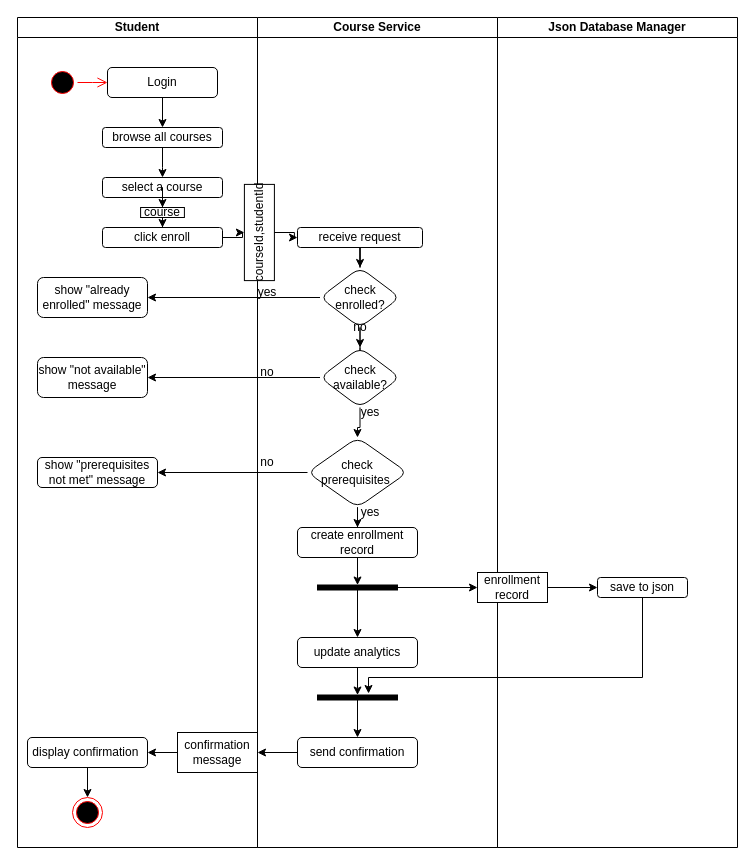
Above: Activity Diagram/Activity Diagram.drawio in sarazaghlool05/lab6 (draw.io), before the change. Source tidied: cells renumbered, new cells numbered last; positions are measured from the earlier drawing's top-left corner, leaving out a move shared by most shapes. Both pictures are drawn from the tidied source at 100%, with x=0, y=0 at pixel (17, 17).
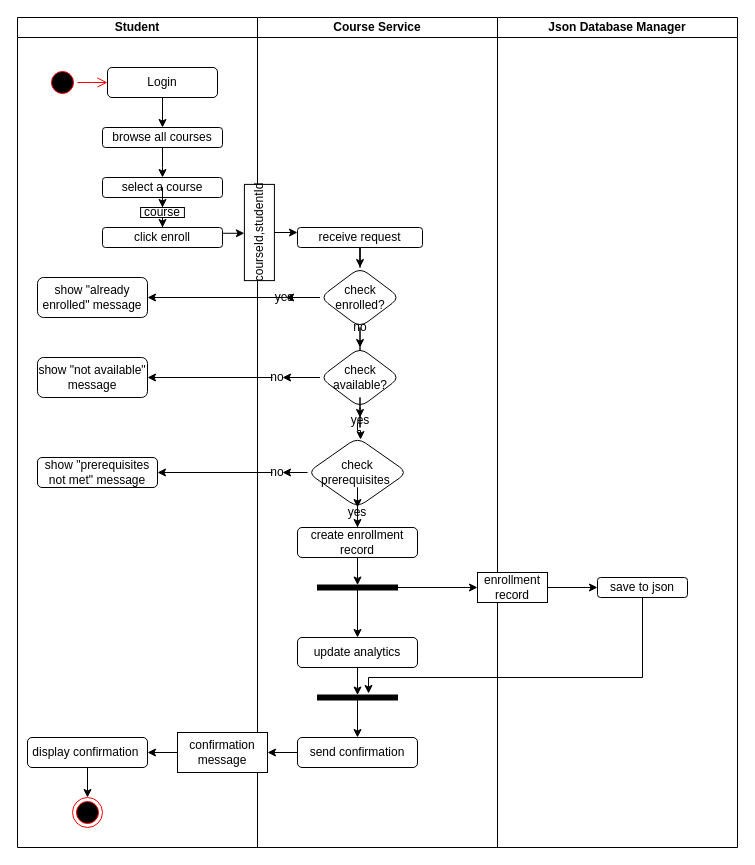
After the change.

Commit message:
updated activity diagram

The change refers to these unchanged cells:
```xml
<mxCell id="11" value="click enroll" style="whiteSpace=wrap;html=1;rounded=1;" parent="2" vertex="1">
  <mxGeometry x="85" y="210" width="120" height="20" as="geometry" />
</mxCell>
<mxCell id="19" value="Course Service" style="swimlane;startSize=20;whiteSpace=wrap;html=1;" parent="17" vertex="1">
  <mxGeometry x="-240" width="240" height="830" as="geometry" />
</mxCell>
<mxCell id="21" value="receive request" style="whiteSpace=wrap;html=1;rounded=1;" parent="19" vertex="1">
  <mxGeometry x="40" y="210" width="125" height="20" as="geometry" />
</mxCell>
<mxCell id="24" value="check enrolled?" style="rhombus;whiteSpace=wrap;html=1;rounded=1;" parent="19" vertex="1">
  <mxGeometry x="62.5" y="250" width="80" height="60" as="geometry" />
</mxCell>
<mxCell id="25" value="show &quot;already enrolled&quot; message" style="whiteSpace=wrap;html=1;rounded=1;" parent="19" vertex="1">
  <mxGeometry x="-220" y="260" width="110" height="40" as="geometry" />
</mxCell>
<mxCell id="28" value="check available?" style="rhombus;whiteSpace=wrap;html=1;rounded=1;" parent="19" vertex="1">
  <mxGeometry x="62.5" y="330" width="80" height="60" as="geometry" />
</mxCell>
<mxCell id="31" value="show &quot;not available&quot; message" style="whiteSpace=wrap;html=1;rounded=1;" parent="19" vertex="1">
  <mxGeometry x="-220" y="340" width="110" height="40" as="geometry" />
</mxCell>
<mxCell id="34" value="check prerequisites&amp;nbsp;" style="rhombus;whiteSpace=wrap;html=1;rounded=1;" parent="19" vertex="1">
  <mxGeometry x="50" y="420" width="100" height="70" as="geometry" />
</mxCell>
<mxCell id="37" value="show &quot;prerequisites not met&quot; message" style="whiteSpace=wrap;html=1;rounded=1;" parent="19" vertex="1">
  <mxGeometry x="-220" y="440" width="120" height="30" as="geometry" />
</mxCell>
<mxCell id="39" value="create enrollment record" style="whiteSpace=wrap;html=1;rounded=1;" parent="19" vertex="1">
  <mxGeometry x="40" y="510" width="120" height="30" as="geometry" />
</mxCell>
<mxCell id="45" value="courseId,studentId" style="rounded=0;whiteSpace=wrap;html=1;rotation=-90;" parent="19" vertex="1">
  <mxGeometry x="-46.2" y="200" width="96.2" height="30" as="geometry" />
</mxCell>
```

Diff of the diagram source:
```diff
@@
-    <mxCell id="22" style="edgeStyle=orthogonalEdgeStyle;rounded=0;jettySize=auto;html=1;" parent="19" edge="1" source="24" target="25">
+    <mxCell id="22" style="edgeStyle=orthogonalEdgeStyle;rounded=0;jettySize=auto;html=1;" parent="19" edge="1" source="29" target="25">
       <mxGeometry relative="1" as="geometry" />
     </mxCell>
@@
-    <mxCell id="26" style="edgeStyle=orthogonalEdgeStyle;rounded=0;jettySize=auto;html=1;" parent="19" edge="1" source="28" target="31">
+    <mxCell id="26" style="edgeStyle=orthogonalEdgeStyle;rounded=0;jettySize=auto;html=1;" parent="19" edge="1" source="35" target="31">
       <mxGeometry relative="1" as="geometry" />
     </mxCell>
-    <mxCell id="27" style="edgeStyle=orthogonalEdgeStyle;rounded=0;jettySize=auto;html=1;" parent="19" edge="1" source="28" target="34">
-      <mxGeometry relative="1" as="geometry" />
+    <mxCell id="27" style="edgeStyle=orthogonalEdgeStyle;rounded=0;jettySize=auto;html=1;" parent="19" edge="1" source="36" target="34">
+      <mxGeometry relative="1" as="geometry">
+        <Array as="points">
+          <mxPoint x="100" y="413" />
+          <mxPoint x="103" y="413" />
+        </Array>
+      </mxGeometry>
     </mxCell>
@@
-    <mxCell id="29" value="yes" style="text;html=1;whiteSpace=wrap;strokeColor=none;fillColor=none;align=center;verticalAlign=middle;rounded=0;" parent="19" vertex="1">
-      <mxGeometry x="-20" y="260" width="60" height="30" as="geometry" />
-    </mxCell>
@@
-    <mxCell id="32" style="edgeStyle=orthogonalEdgeStyle;rounded=0;jettySize=auto;html=1;" parent="19" edge="1" source="34" target="37">
+    <mxCell id="32" style="edgeStyle=orthogonalEdgeStyle;rounded=0;jettySize=auto;html=1;" parent="19" edge="1" source="54" target="37">
       <mxGeometry relative="1" as="geometry" />
     </mxCell>
-    <mxCell id="33" style="edgeStyle=orthogonalEdgeStyle;rounded=0;jettySize=auto;html=1;" parent="19" edge="1" source="34" target="39">
+    <mxCell id="33" style="edgeStyle=orthogonalEdgeStyle;rounded=0;jettySize=auto;html=1;" parent="19" edge="1" source="40" target="39">
       <mxGeometry relative="1" as="geometry" />
     </mxCell>
@@
-    <mxCell id="35" value="no" style="text;html=1;whiteSpace=wrap;strokeColor=none;fillColor=none;align=center;verticalAlign=middle;rounded=0;" parent="19" vertex="1">
-      <mxGeometry x="-20" y="340" width="60" height="30" as="geometry" />
-    </mxCell>
-    <mxCell id="36" value="yes" style="text;html=1;whiteSpace=wrap;strokeColor=none;fillColor=none;align=center;verticalAlign=middle;rounded=0;" parent="19" vertex="1">
-      <mxGeometry x="82.5" y="380" width="60" height="30" as="geometry" />
-    </mxCell>
@@
-    <mxCell id="40" value="yes" style="text;html=1;whiteSpace=wrap;strokeColor=none;fillColor=none;align=center;verticalAlign=middle;rounded=0;" parent="19" vertex="1">
-      <mxGeometry x="82.5" y="480" width="60" height="30" as="geometry" />
-    </mxCell>
@@
     <mxCell id="46" style="edgeStyle=orthogonalEdgeStyle;rounded=0;jettySize=auto;html=1;" parent="19" edge="1" source="45" target="21">
-      <mxGeometry relative="1" as="geometry" />
+      <mxGeometry relative="1" as="geometry">
+        <Array as="points">
+          <mxPoint x="30" y="220" />
+          <mxPoint x="30" y="220" />
+        </Array>
+      </mxGeometry>
     </mxCell>
@@
+    <mxCell id="59" style="edgeStyle=orthogonalEdgeStyle;rounded=0;jettySize=auto;html=1;" parent="19" edge="1" source="28" target="35">
+      <mxGeometry relative="1" as="geometry" />
+    </mxCell>
+    <mxCell id="35" value="no" style="text;html=1;whiteSpace=wrap;strokeColor=none;fillColor=none;align=center;verticalAlign=middle;rounded=0;" parent="19" vertex="1">
+      <mxGeometry x="15" y="355" width="10" height="10" as="geometry" />
+    </mxCell>
+    <mxCell id="29" value="yes" style="text;html=1;whiteSpace=wrap;strokeColor=none;fillColor=none;align=center;verticalAlign=middle;rounded=0;" parent="19" vertex="1">
+      <mxGeometry x="25" y="275" width="3.1" height="10" as="geometry" />
+    </mxCell>
+    <mxCell id="60" style="edgeStyle=orthogonalEdgeStyle;rounded=0;jettySize=auto;html=1;" parent="19" edge="1" source="24" target="29">
+      <mxGeometry relative="1" as="geometry" />
+    </mxCell>
+    <mxCell id="54" value="no" style="text;html=1;whiteSpace=wrap;strokeColor=none;fillColor=none;align=center;verticalAlign=middle;rounded=0;" parent="19" vertex="1">
+      <mxGeometry x="15" y="450" width="10" height="10" as="geometry" />
+    </mxCell>
+    <mxCell id="61" style="edgeStyle=orthogonalEdgeStyle;rounded=0;jettySize=auto;html=1;" parent="19" edge="1" source="34" target="54">
+      <mxGeometry relative="1" as="geometry" />
+    </mxCell>
+    <mxCell id="62" style="edgeStyle=orthogonalEdgeStyle;rounded=0;jettySize=auto;html=1;" parent="19" edge="1" source="34" target="40">
+      <mxGeometry relative="1" as="geometry" />
+    </mxCell>
+    <mxCell id="40" value="yes" style="text;html=1;whiteSpace=wrap;strokeColor=none;fillColor=none;align=center;verticalAlign=middle;rounded=0;" parent="19" vertex="1">
+      <mxGeometry x="90" y="490" width="20" height="10" as="geometry" />
+    </mxCell>
+    <mxCell id="63" style="edgeStyle=orthogonalEdgeStyle;rounded=0;jettySize=auto;html=1;" parent="19" edge="1" source="28" target="36">
+      <mxGeometry relative="1" as="geometry" />
+    </mxCell>
+    <mxCell id="36" value="yes" style="text;html=1;whiteSpace=wrap;strokeColor=none;fillColor=none;align=center;verticalAlign=middle;rounded=0;" parent="19" vertex="1">
+      <mxGeometry x="97.5" y="400" width="10" height="5" as="geometry" />
+    </mxCell>
@@
-    <mxCell id="54" value="no" style="text;html=1;whiteSpace=wrap;strokeColor=none;fillColor=none;align=center;verticalAlign=middle;rounded=0;" parent="1" vertex="1">
-      <mxGeometry x="220" y="430" width="60" height="30" as="geometry" />
-    </mxCell>
     <mxCell id="55" style="edgeStyle=orthogonalEdgeStyle;rounded=0;jettySize=auto;html=1;" parent="1" edge="1" source="11" target="45">
-      <mxGeometry relative="1" as="geometry" />
+      <mxGeometry relative="1" as="geometry">
+        <Array as="points">
+          <mxPoint x="220" y="220" />
+          <mxPoint x="220" y="220" />
+        </Array>
+      </mxGeometry>
     </mxCell>
@@
     <mxCell id="58" value="confirmation message" style="rounded=0;whiteSpace=wrap;html=1;" parent="1" vertex="1">
-      <mxGeometry x="160" y="715" width="80" height="40" as="geometry" />
+      <mxGeometry x="160" y="715" width="90" height="40" as="geometry" />
     </mxCell>
```
